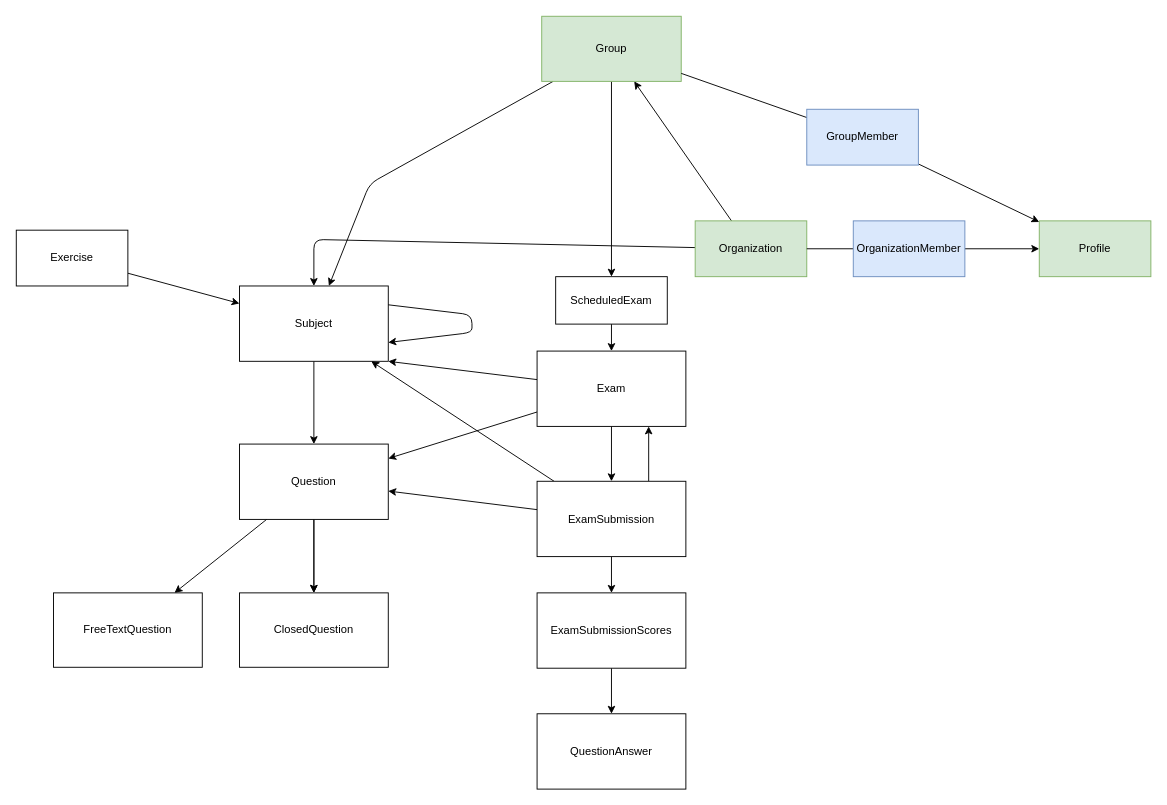
Above: services/db/entities.drawio in AsafKaravani/apprentice (draw.io), before the change. Source tidied: cells renumbered, new cells numbered last; positions are measured from the earlier drawing's top-left corner, leaving out a move shared by most shapes. Both pictures are drawn from the tidied source at 93%, with x=0, y=0 at pixel (16, 16).
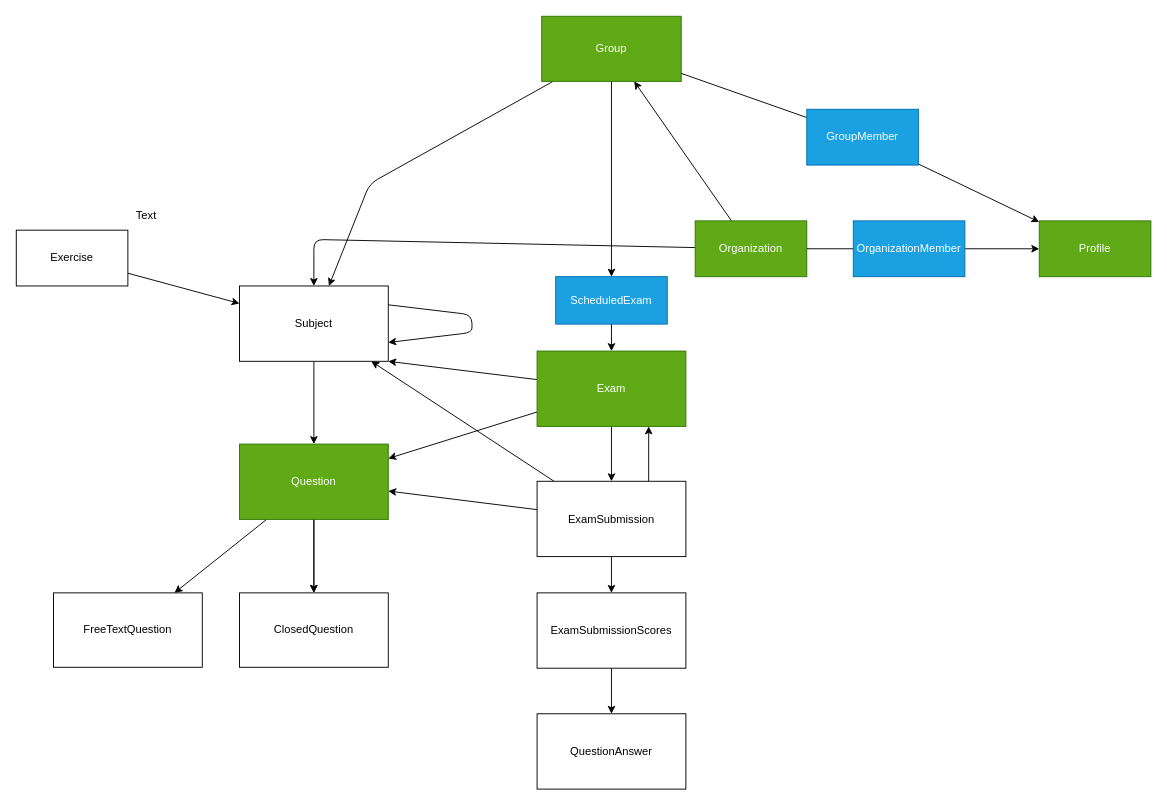
The same diagram, later.

What changed in the source:
```diff
@@
-    <mxCell id="5" value="Question" style="rounded=0;whiteSpace=wrap;html=1;" parent="1" vertex="1">
+    <mxCell id="5" value="Question" style="rounded=0;whiteSpace=wrap;html=1;fillColor=#60a917;fontColor=#ffffff;strokeColor=#2D7600;" parent="1" vertex="1">
       <mxGeometry x="240" y="460" width="160" height="81" as="geometry" />
     </mxCell>
@@
-    <mxCell id="14" value="Organization" style="rounded=0;whiteSpace=wrap;html=1;fillColor=#d5e8d4;strokeColor=#82b366;" parent="1" vertex="1">
+    <mxCell id="14" value="Organization" style="rounded=0;whiteSpace=wrap;html=1;fillColor=#60a917;strokeColor=#2D7600;fontColor=#ffffff;" parent="1" vertex="1">
       <mxGeometry x="730" y="220" width="120" height="60" as="geometry" />
     </mxCell>
-    <mxCell id="15" value="Profile" style="rounded=0;whiteSpace=wrap;html=1;fillColor=#d5e8d4;strokeColor=#82b366;" parent="1" vertex="1">
+    <mxCell id="15" value="Profile" style="rounded=0;whiteSpace=wrap;html=1;fillColor=#60a917;strokeColor=#2D7600;fontColor=#ffffff;" parent="1" vertex="1">
       <mxGeometry x="1100" y="220" width="120" height="60" as="geometry" />
     </mxCell>
@@
-    <mxCell id="19" value="Group" style="rounded=0;whiteSpace=wrap;html=1;fillColor=#d5e8d4;strokeColor=#82b366;" parent="1" vertex="1">
+    <mxCell id="19" value="Group" style="rounded=0;whiteSpace=wrap;html=1;fillColor=#60a917;fontColor=#ffffff;strokeColor=#2D7600;" parent="1" vertex="1">
       <mxGeometry x="565" width="150" height="70" as="geometry" />
     </mxCell>
@@
-    <mxCell id="23" value="Exam" style="rounded=0;whiteSpace=wrap;html=1;" parent="1" vertex="1">
+    <mxCell id="23" value="Exam" style="rounded=0;whiteSpace=wrap;html=1;fillColor=#60a917;fontColor=#ffffff;strokeColor=#2D7600;" parent="1" vertex="1">
       <mxGeometry x="560" y="360" width="160" height="81" as="geometry" />
     </mxCell>
@@
-    <mxCell id="33" value="ScheduledExam" style="rounded=0;whiteSpace=wrap;html=1;" parent="1" vertex="1">
+    <mxCell id="33" value="ScheduledExam" style="rounded=0;whiteSpace=wrap;html=1;fillColor=#1ba1e2;fontColor=#ffffff;strokeColor=#006EAF;" parent="1" vertex="1">
       <mxGeometry x="580" y="280" width="120" height="51" as="geometry" />
     </mxCell>
@@
-    <mxCell id="37" value="OrganizationMember" style="rounded=0;whiteSpace=wrap;html=1;fillColor=#dae8fc;strokeColor=#6c8ebf;" parent="1" vertex="1">
+    <mxCell id="37" value="OrganizationMember" style="rounded=0;whiteSpace=wrap;html=1;fillColor=#1ba1e2;strokeColor=#006EAF;fontColor=#ffffff;" parent="1" vertex="1">
       <mxGeometry x="900" y="220" width="120" height="60" as="geometry" />
     </mxCell>
@@
-    <mxCell id="39" value="GroupMember" style="rounded=0;whiteSpace=wrap;html=1;fillColor=#dae8fc;strokeColor=#6c8ebf;" parent="1" vertex="1">
+    <mxCell id="39" value="GroupMember" style="rounded=0;whiteSpace=wrap;html=1;fillColor=#1ba1e2;strokeColor=#006EAF;fontColor=#ffffff;" parent="1" vertex="1">
       <mxGeometry x="850" y="100" width="120" height="60" as="geometry" />
     </mxCell>
+    <mxCell id="40" value="Text" style="text;strokeColor=none;align=center;fillColor=none;html=1;verticalAlign=middle;whiteSpace=wrap;rounded=0;" parent="1" vertex="1">
+      <mxGeometry x="110" y="200" width="60" height="30" as="geometry" />
+    </mxCell>
```
